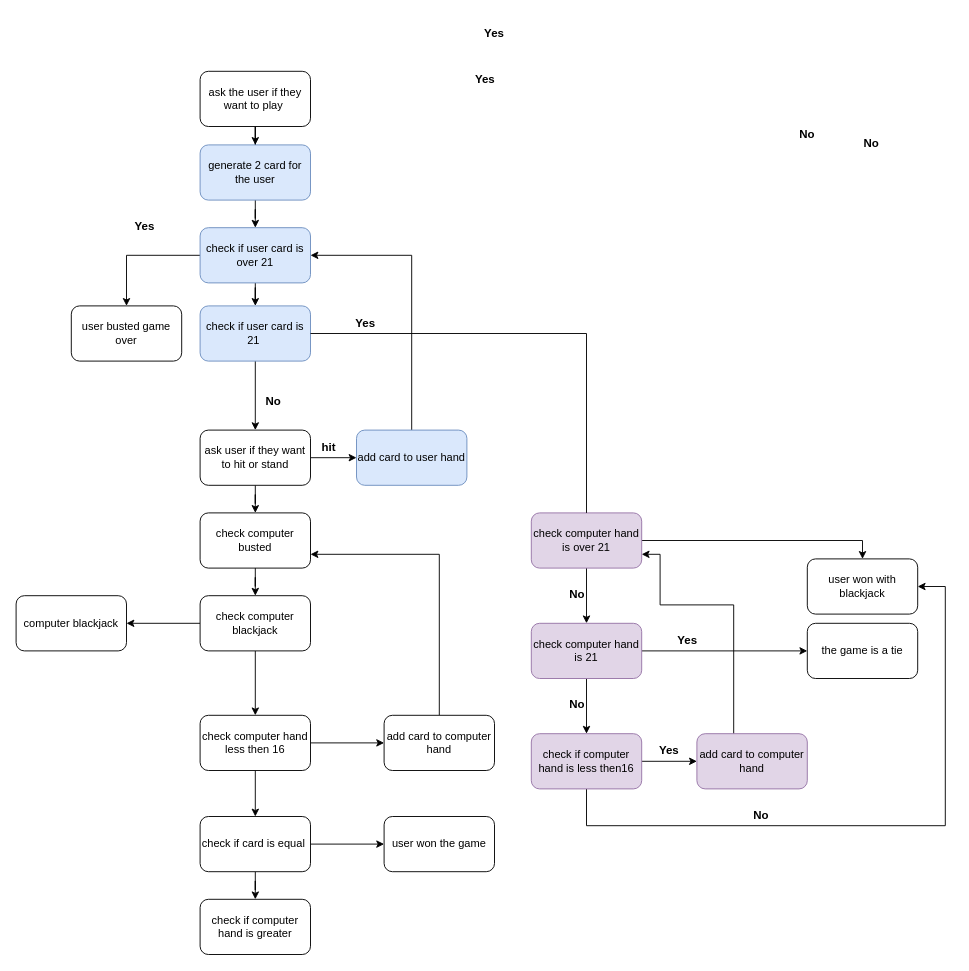
Earlier version of the draw.io diagram page "Page-1" (1 of 2) of Untitled Diagram.drawio (icocya/icocya). Source tidied: cells renumbered, new cells numbered last; positions are measured from the earlier drawing's top-left corner, leaving out a move shared by most shapes. Both pictures are drawn from the tidied source at 92%, with x=0, y=0 at pixel (16, 16).
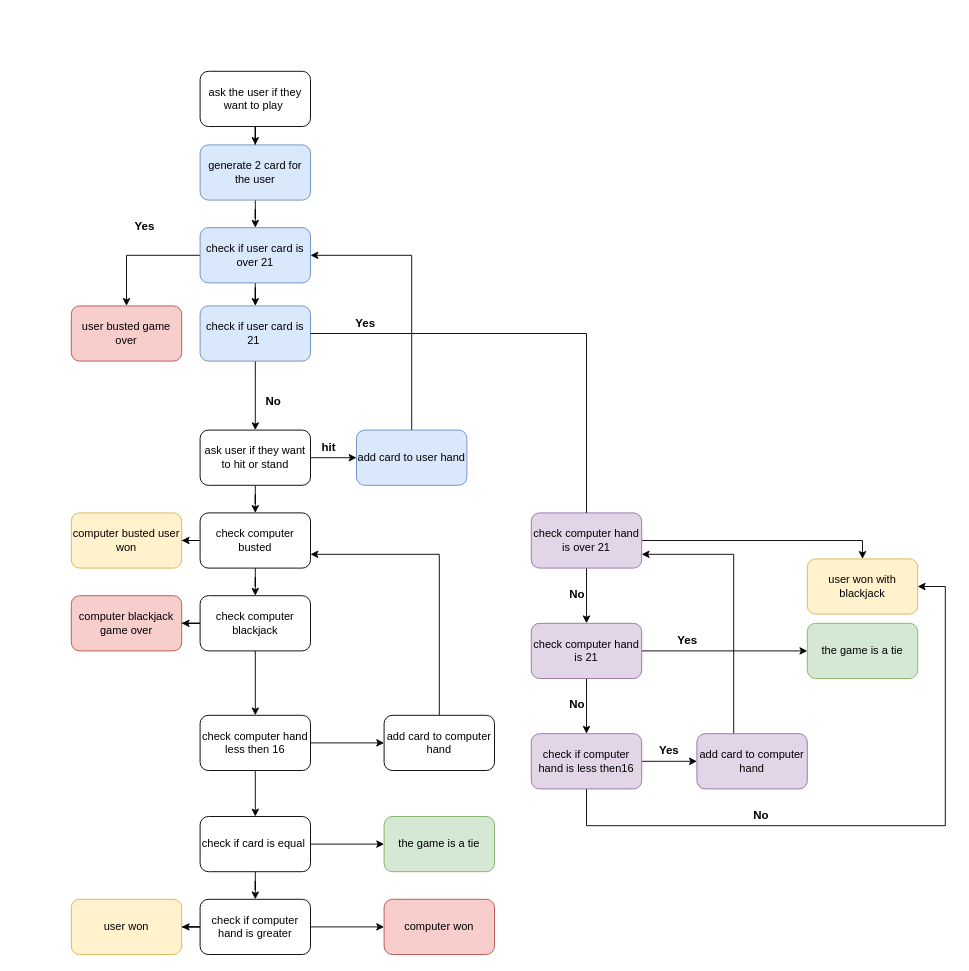
The same page after the edit.

Unchanged cells that the change refers to:
```xml
<mxCell id="15" value="check computer hand is over 21" style="rounded=1;whiteSpace=wrap;html=1;fillColor=#e1d5e7;strokeColor=#9673a6;" parent="1" vertex="1">
  <mxGeometry x="560" y="540" width="120" height="60" as="geometry" />
</mxCell>
<mxCell id="24" value="add card to computer hand" style="rounded=1;whiteSpace=wrap;html=1;fillColor=#e1d5e7;strokeColor=#9673a6;" parent="1" vertex="1">
  <mxGeometry x="740" y="780" width="120" height="60" as="geometry" />
</mxCell>
<mxCell id="45" value="check computer busted" style="whiteSpace=wrap;html=1;rounded=1;" parent="1" vertex="1">
  <mxGeometry x="200" y="540" width="120" height="60" as="geometry" />
</mxCell>
<mxCell id="58" value="check if computer hand is greater" style="whiteSpace=wrap;html=1;rounded=1;" parent="1" vertex="1">
  <mxGeometry x="200" y="960" width="120" height="60" as="geometry" />
</mxCell>
```

Change to the diagram source:
```diff
@@
-    <mxCell id="9" value="user busted game over" style="rounded=1;whiteSpace=wrap;html=1;" parent="1" vertex="1">
+    <mxCell id="9" value="user busted game over" style="rounded=1;whiteSpace=wrap;html=1;fillColor=#f8cecc;strokeColor=#b85450;" parent="1" vertex="1">
       <mxGeometry x="60" y="315" width="120" height="60" as="geometry" />
     </mxCell>
@@
-    <mxCell id="12" value="user won with blackjack" style="rounded=1;whiteSpace=wrap;html=1;" parent="1" vertex="1">
+    <mxCell id="12" value="user won with blackjack" style="rounded=1;whiteSpace=wrap;html=1;fillColor=#fff2cc;strokeColor=#d6b656;" parent="1" vertex="1">
       <mxGeometry x="860" y="590" width="120" height="60" as="geometry" />
     </mxCell>
@@
     <mxCell id="23" style="edgeStyle=orthogonalEdgeStyle;rounded=0;jettySize=auto;html=1;entryX=1;entryY=0.75;entryDx=0;entryDy=0;" parent="1" edge="1" source="24" target="15">
       <mxGeometry relative="1" as="geometry">
         <Array as="points">
-          <mxPoint x="780" y="640" />
-          <mxPoint x="700" y="640" />
-          <mxPoint x="700" y="585" />
+          <mxPoint x="780" y="585" />
         </Array>
       </mxGeometry>
     </mxCell>
@@
-    <mxCell id="25" value="the game is a tie" style="rounded=1;whiteSpace=wrap;html=1;" parent="1" vertex="1">
+    <mxCell id="25" value="the game is a tie" style="rounded=1;whiteSpace=wrap;html=1;fillColor=#d5e8d4;strokeColor=#82b366;" parent="1" vertex="1">
       <mxGeometry x="860" y="660" width="120" height="60" as="geometry" />
     </mxCell>
@@
-    <mxCell id="35" value="&lt;b&gt;&lt;font style=&quot;font-size: 15px;&quot;&gt;&lt;sub&gt;Yes&lt;/sub&gt;&lt;/font&gt;&lt;/b&gt;" style="text;html=1;strokeColor=none;fillColor=none;align=center;verticalAlign=middle;whiteSpace=wrap;rounded=0;" parent="1" vertex="1">
-      <mxGeometry x="480" y="50" width="60" height="30" as="geometry" />
-    </mxCell>
@@
-    <mxCell id="37" value="&lt;b&gt;&lt;font style=&quot;font-size: 15px;&quot;&gt;&lt;sub&gt;Yes&lt;/sub&gt;&lt;/font&gt;&lt;/b&gt;" style="text;html=1;strokeColor=none;fillColor=none;align=center;verticalAlign=middle;whiteSpace=wrap;rounded=0;" parent="1" vertex="1">
-      <mxGeometry x="490" width="60" height="30" as="geometry" />
-    </mxCell>
-    <mxCell id="38" value="&lt;b&gt;&lt;font style=&quot;font-size: 15px;&quot;&gt;&lt;sub&gt;No&lt;/sub&gt;&lt;/font&gt;&lt;/b&gt;" style="text;html=1;strokeColor=none;fillColor=none;align=center;verticalAlign=middle;whiteSpace=wrap;rounded=0;" parent="1" vertex="1">
-      <mxGeometry x="830" y="110" width="60" height="30" as="geometry" />
-    </mxCell>
@@
-    <mxCell id="42" value="&lt;b&gt;&lt;font style=&quot;font-size: 15px;&quot;&gt;&lt;sub&gt;No&lt;/sub&gt;&lt;/font&gt;&lt;/b&gt;" style="text;html=1;strokeColor=none;fillColor=none;align=center;verticalAlign=middle;whiteSpace=wrap;rounded=0;" parent="1" vertex="1">
-      <mxGeometry x="900" y="120" width="60" height="30" as="geometry" />
-    </mxCell>
@@
+    <mxCell id="60" style="edgeStyle=orthogonalEdgeStyle;rounded=0;jettySize=auto;html=1;fontSize=15;" parent="1" edge="1" source="45" target="65">
+      <mxGeometry relative="1" as="geometry" />
+    </mxCell>
@@
-    <mxCell id="57" value="user won the game" style="whiteSpace=wrap;html=1;rounded=1;" parent="1" vertex="1">
+    <mxCell id="57" value="the game is a tie" style="whiteSpace=wrap;html=1;rounded=1;fillColor=#d5e8d4;strokeColor=#82b366;" parent="1" vertex="1">
       <mxGeometry x="400" y="870" width="120" height="60" as="geometry" />
     </mxCell>
+    <mxCell id="61" style="edgeStyle=orthogonalEdgeStyle;rounded=0;jettySize=auto;html=1;fontSize=15;" parent="1" edge="1" source="58" target="63">
+      <mxGeometry relative="1" as="geometry" />
+    </mxCell>
+    <mxCell id="62" style="edgeStyle=orthogonalEdgeStyle;rounded=0;jettySize=auto;html=1;fontSize=15;" parent="1" edge="1" source="58" target="64">
+      <mxGeometry relative="1" as="geometry" />
+    </mxCell>
@@
-    <mxCell id="59" value="computer blackjack" style="whiteSpace=wrap;html=1;rounded=1;" parent="1" vertex="1">
-      <mxGeometry y="630" width="120" height="60" as="geometry" />
+    <mxCell id="59" value="computer blackjack game over" style="whiteSpace=wrap;html=1;rounded=1;fillColor=#f8cecc;strokeColor=#b85450;" parent="1" vertex="1">
+      <mxGeometry x="60" y="630" width="120" height="60" as="geometry" />
     </mxCell>
+    <mxCell id="63" value="computer won" style="whiteSpace=wrap;html=1;rounded=1;fillColor=#f8cecc;strokeColor=#b85450;" parent="1" vertex="1">
+      <mxGeometry x="400" y="960" width="120" height="60" as="geometry" />
+    </mxCell>
+    <mxCell id="64" value="user won" style="whiteSpace=wrap;html=1;rounded=1;fillColor=#fff2cc;strokeColor=#d6b656;" parent="1" vertex="1">
+      <mxGeometry x="60" y="960" width="120" height="60" as="geometry" />
+    </mxCell>
+    <mxCell id="65" value="computer busted user won" style="whiteSpace=wrap;html=1;rounded=1;fillColor=#fff2cc;strokeColor=#d6b656;" parent="1" vertex="1">
+      <mxGeometry x="60" y="540" width="120" height="60" as="geometry" />
+    </mxCell>
```
